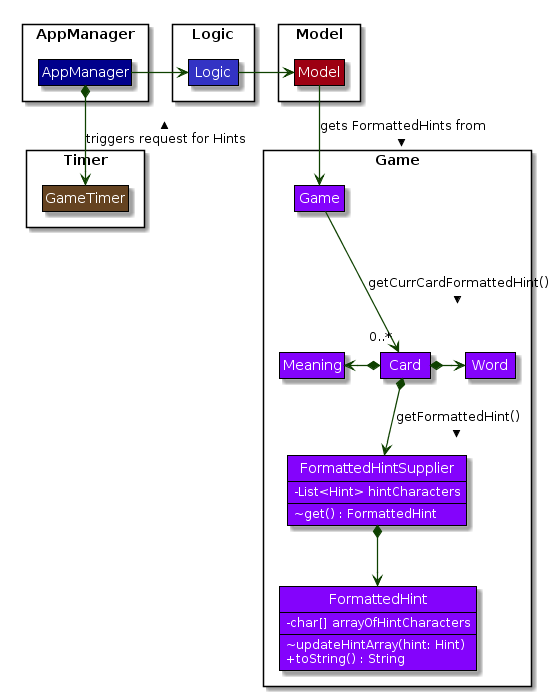
The PlantUML diagram docs/images/HintsClassDiagram.png in nus-cs2103-AY1920S1/addressbook-level3, before a commit. Source of this version:
```plantuml
@startuml
skinparam BackgroundColor #FFFFFFF

skinparam Shadowing false

skinparam Class {
    FontColor #FFFFFF
    BorderThickness 1
    BorderColor #000000
    StereotypeFontColor #FFFFFF
    FontName Arial
    FontSize 14
    AttributeFontColor #FFFFFF
    AttributeFontSize 12
}

skinparam MinClassWidth 50
skinparam ParticipantPadding 10
skinparam Shadowing true
skinparam DefaultTextAlignment center
skinparam packageStyle Rectangle
skinparam classAttributeIconSize 0

hide footbox
hide circle
hide empty members

skinparam arrowThickness 1.2
skinparam arrowColor #0E4100
skinparam classBackgroundColor #654321

package Timer <<Rectangle>> {

Class GameTimer #654321 {

}

}

package AppManager <<Rectangle>> {

Class AppManager #00008b {

}

}

package Logic <<Rectangle>> {

Class Logic #3333C4 {

}

}

package Model <<Rectangle>> {

Class Model #9D0012 {

}

}

package Game <<Rectangle>>{

Class Game #8403fc {

}

Class Card #8403fc {

}

Class FormattedHintSupplier #8403fc {
    -List<Hint> hintCharacters
    ~get() : FormattedHint

}

Class Word #8403fc {

}

Class Meaning #8403fc {

}

Class FormattedHint #8403fc {
    -char[] arrayOfHintCharacters
    ~updateHintArray(hint: Hint)
    +toString() : String
}

}

AppManager -right-> Logic
Logic -right-> Model
Model -down-> Game : gets FormattedHints from >
AppManager *-down-> GameTimer  : triggers request for Hints <

Game -down-->"0..*" Card : getCurrCardFormattedHint() >
Card *-down-> FormattedHintSupplier : getFormattedHint() >
Card *-right-> Word
Card *-left-> Meaning
FormattedHintSupplier *-down-> FormattedHint
@enduml
```
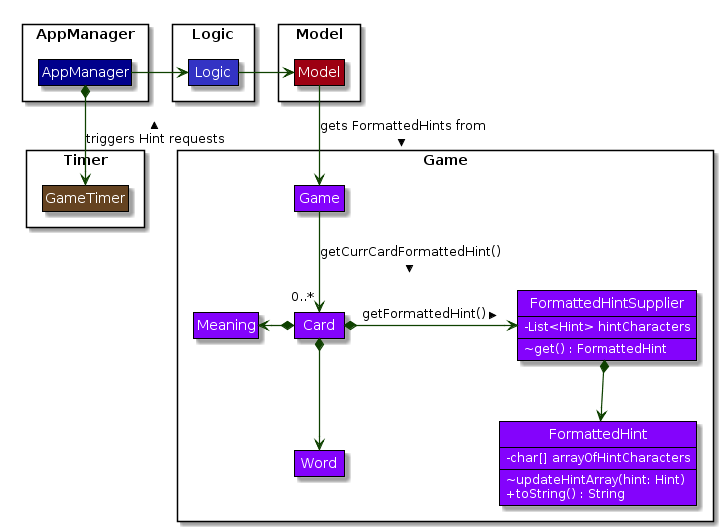
After the change.

Diff of the diagram source:
```diff
@@ -30,10 +30,7 @@
 skinparam classBackgroundColor #654321
 
 package Timer <<Rectangle>> {
-
-Class GameTimer #654321 {
-
-}
+Class GameTimer
 
 }
 
@@ -96,11 +93,12 @@
 AppManager -right-> Logic
 Logic -right-> Model
 Model -down-> Game : gets FormattedHints from >
-AppManager *-down-> GameTimer  : triggers request for Hints <
+AppManager *-down-> GameTimer : triggers Hint requests <
 
-Game -down-->"0..*" Card : getCurrCardFormattedHint() >
-Card *-down-> FormattedHintSupplier : getFormattedHint() >
-Card *-right-> Word
+Game -down->"0..*" Card : getCurrCardFormattedHint() >
+Card *-right-> FormattedHintSupplier : getFormattedHint() >
 Card *-left-> Meaning
+Card *-down-> Word
+
 FormattedHintSupplier *-down-> FormattedHint
 @enduml
```
